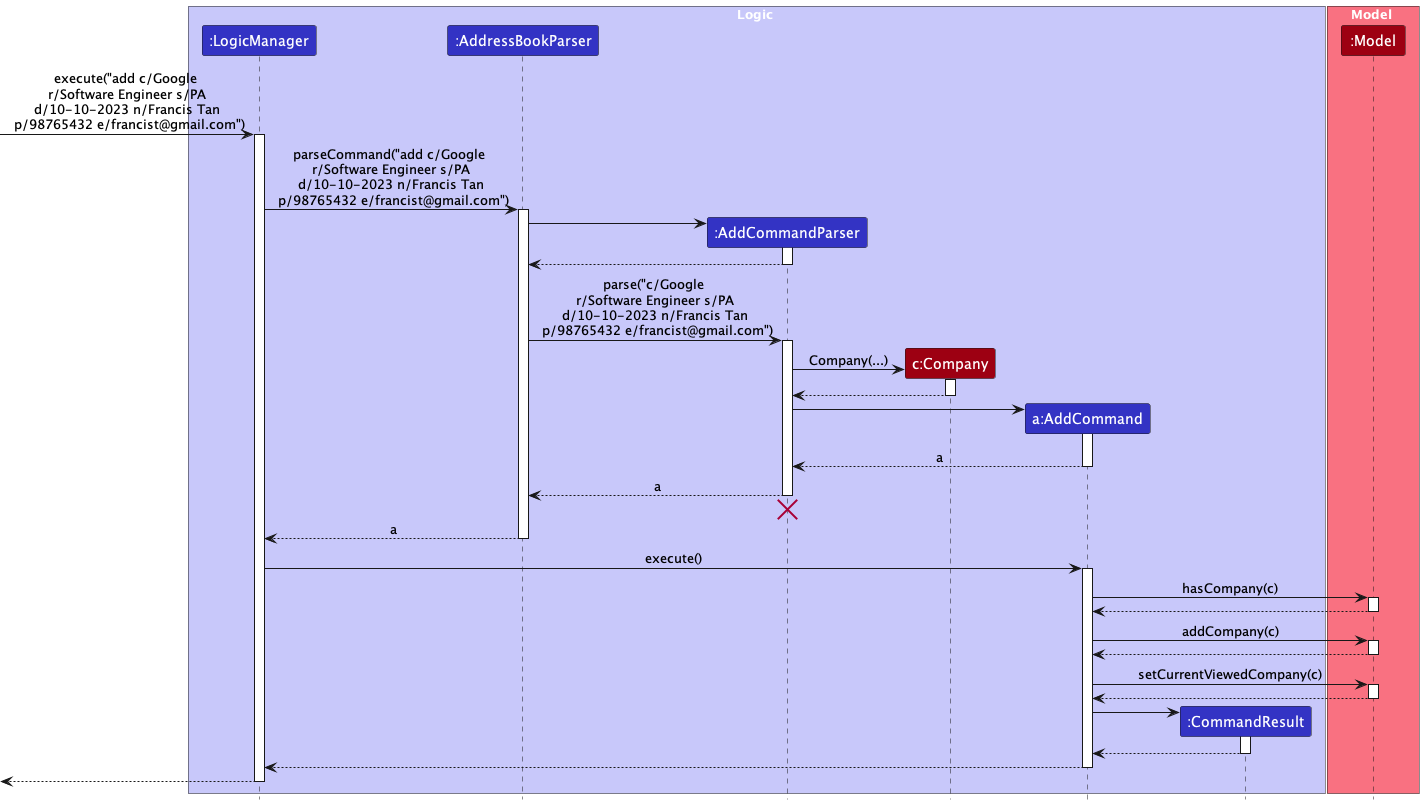
The PlantUML diagram docs/images/AddSequenceDiagram.png in tayruxin/tp, before a commit. Its diagram source:
```plantuml
@startuml
!include style.puml
skinparam ArrowFontStyle plain

box Logic LOGIC_COLOR_T1

participant ":LogicManager" as LogicManager LOGIC_COLOR
participant ":AddressBookParser" as AddressBookParser LOGIC_COLOR
participant ":AddCommandParser" as AddCommandParser LOGIC_COLOR
participant "c:Company" as Company MODEL_COLOR
participant "a:AddCommand" as AddCommand LOGIC_COLOR
participant ":CommandResult" as CommandResult LOGIC_COLOR

end box

box Model MODEL_COLOR_T1
participant ":Model" as Model MODEL_COLOR
end box

[-> LogicManager : execute("add c/Google \n r/Software Engineer s/PA \n d/10-10-2023 n/Francis Tan \n p/98765432 e/francist@gmail.com")
activate LogicManager

LogicManager -> AddressBookParser : parseCommand("add c/Google \n r/Software Engineer s/PA \n d/10-10-2023 n/Francis Tan \n p/98765432 e/francist@gmail.com")
activate AddressBookParser

create AddCommandParser
AddressBookParser -> AddCommandParser
activate AddCommandParser

AddCommandParser --> AddressBookParser
deactivate AddCommandParser

AddressBookParser -> AddCommandParser : parse("c/Google \n r/Software Engineer s/PA \n d/10-10-2023 n/Francis Tan \n p/98765432 e/francist@gmail.com")
activate AddCommandParser

create Company
AddCommandParser -> Company: Company(...)
activate Company

Company --> AddCommandParser
deactivate Company

create AddCommand
AddCommandParser -> AddCommand
activate AddCommand

AddCommand --> AddCommandParser : a
deactivate AddCommand


AddCommandParser --> AddressBookParser : a
deactivate AddCommandParser
AddCommandParser -[hidden]-> AddressBookParser
destroy AddCommandParser

AddressBookParser --> LogicManager : a
deactivate AddressBookParser

LogicManager -> AddCommand : execute()
activate AddCommand

AddCommand -> Model : hasCompany(c)
activate Model

Model --> AddCommand
deactivate Model

AddCommand -> Model : addCompany(c)
activate Model

Model --> AddCommand
deactivate Model

AddCommand -> Model : setCurrentViewedCompany(c)
activate Model

Model --> AddCommand
deactivate Model

create CommandResult
AddCommand -> CommandResult
activate CommandResult

CommandResult --> AddCommand
deactivate CommandResult

AddCommand --> LogicManager
deactivate AddCommand

[<--LogicManager
deactivate LogicManager

@enduml
```
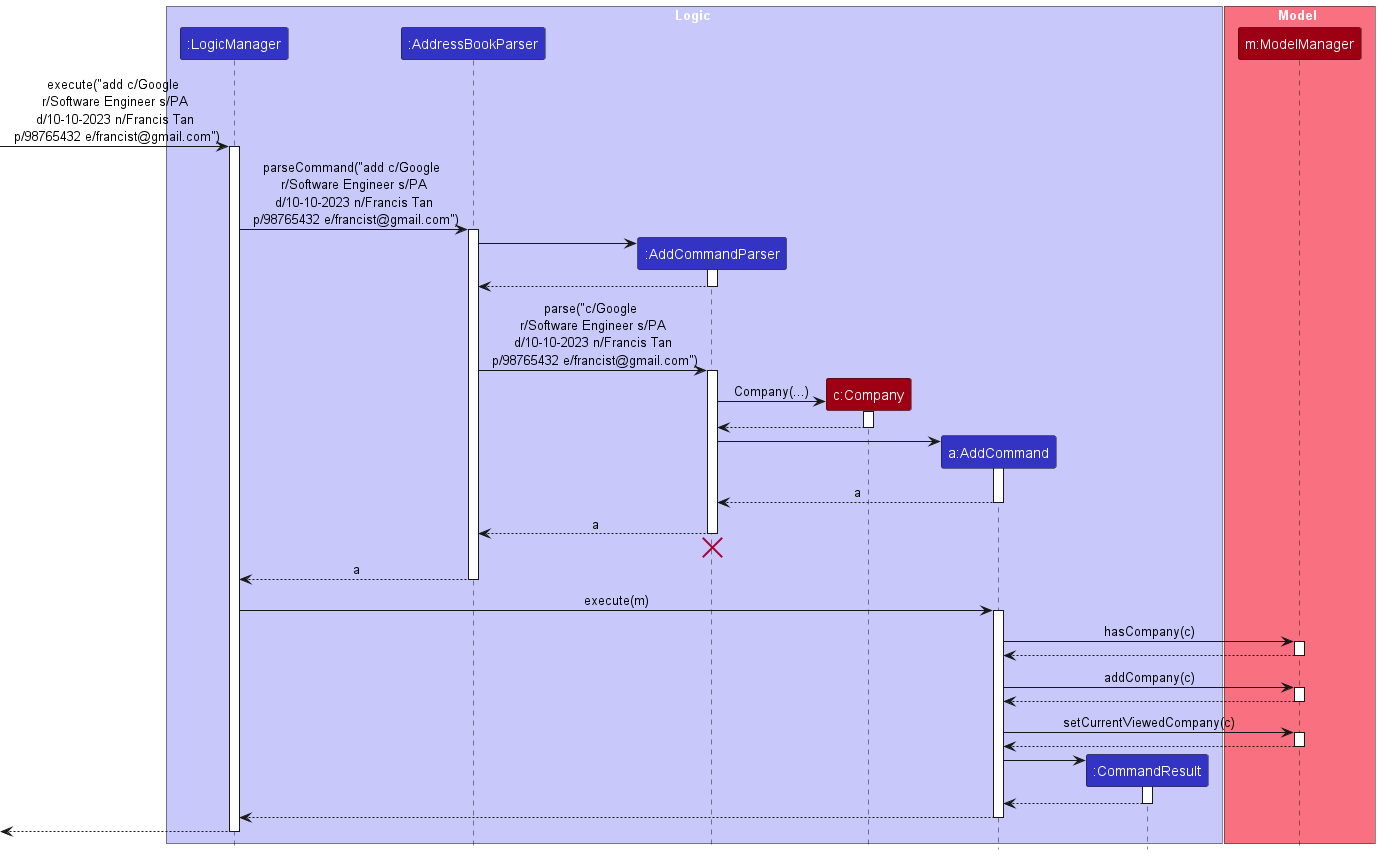
Later version of the same file.

Commit message:
Fix dg diagram bugs

Change to the diagram source:
```diff
@@ -14,7 +14,7 @@
 end box
 
 box Model MODEL_COLOR_T1
-participant ":Model" as Model MODEL_COLOR
+participant "m:ModelManager" as Model MODEL_COLOR
 end box
 
 [-> LogicManager : execute("add c/Google \n r/Software Engineer s/PA \n d/10-10-2023 n/Francis Tan \n p/98765432 e/francist@gmail.com")
@@ -56,7 +56,7 @@
 AddressBookParser --> LogicManager : a
 deactivate AddressBookParser
 
-LogicManager -> AddCommand : execute()
+LogicManager -> AddCommand : execute(m)
 activate AddCommand
 
 AddCommand -> Model : hasCompany(c)
```
